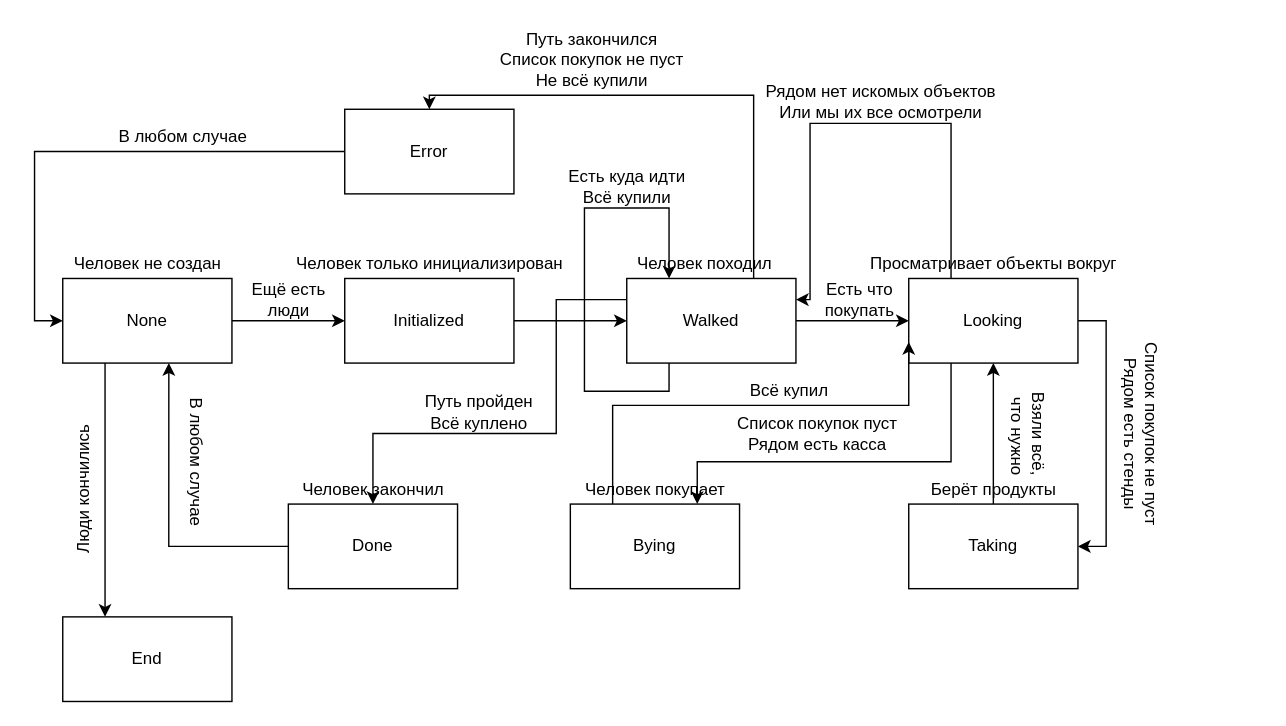
The draw.io diagram Люди.drawio in player7004/CourseWorkC2S1, before the edit. Source tidied: cells renumbered, new cells numbered last; positions are measured from the earlier drawing's top-left corner, leaving out a move shared by most shapes. Both pictures are drawn from the tidied source at 141%, with x=0, y=0 at pixel (6, 24).
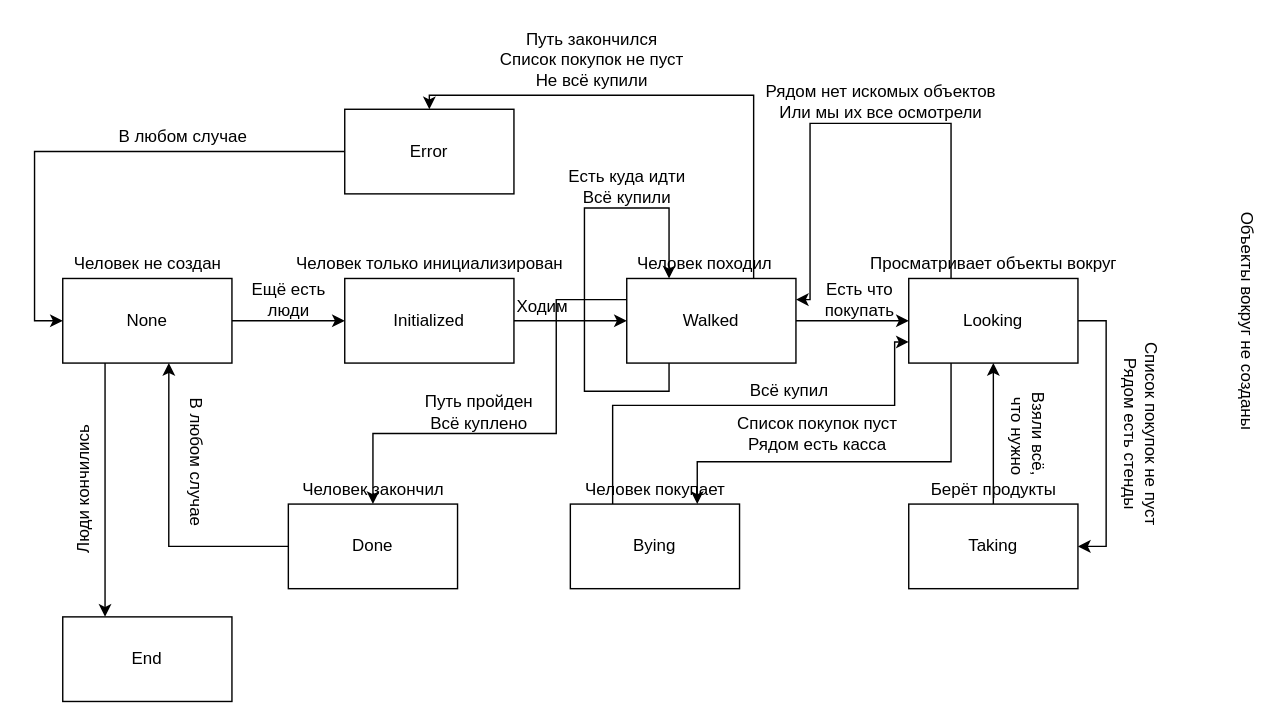
The same page after the edit.

The change refers to these unchanged cells:
```xml
<mxCell id="15" value="Looking" style="rounded=0;whiteSpace=wrap;html=1;" parent="1" vertex="1">
  <mxGeometry x="640" y="180" width="120" height="60" as="geometry" />
</mxCell>
<mxCell id="21" value="Bying" style="rounded=0;whiteSpace=wrap;html=1;" parent="1" vertex="1">
  <mxGeometry x="400" y="340" width="120" height="60" as="geometry" />
</mxCell>
```

Change to the diagram source:
```diff
@@
     <mxCell id="20" style="edgeStyle=orthogonalEdgeStyle;rounded=0;jettySize=auto;html=1;exitX=0.25;exitY=0;exitDx=0;exitDy=0;entryX=0;entryY=0.75;entryDx=0;entryDy=0;" parent="1" edge="1" source="21" target="15">
       <mxGeometry relative="1" as="geometry">
         <Array as="points">
           <mxPoint x="430" y="270" />
-          <mxPoint x="640" y="270" />
+          <mxPoint x="630" y="270" />
+          <mxPoint x="630" y="225" />
         </Array>
       </mxGeometry>
     </mxCell>
@@
+    <mxCell id="45" value="Ходим" style="text;html=1;align=center;verticalAlign=middle;" parent="1" vertex="1">
+      <mxGeometry x="355" y="190" width="50" height="20" as="geometry" />
+    </mxCell>
+    <mxCell id="46" value="Объекты вокруг не созданы" style="text;html=1;align=center;verticalAlign=middle;rotation=90;" parent="1" vertex="1">
+      <mxGeometry x="795" y="200" width="170" height="20" as="geometry" />
+    </mxCell>
```
